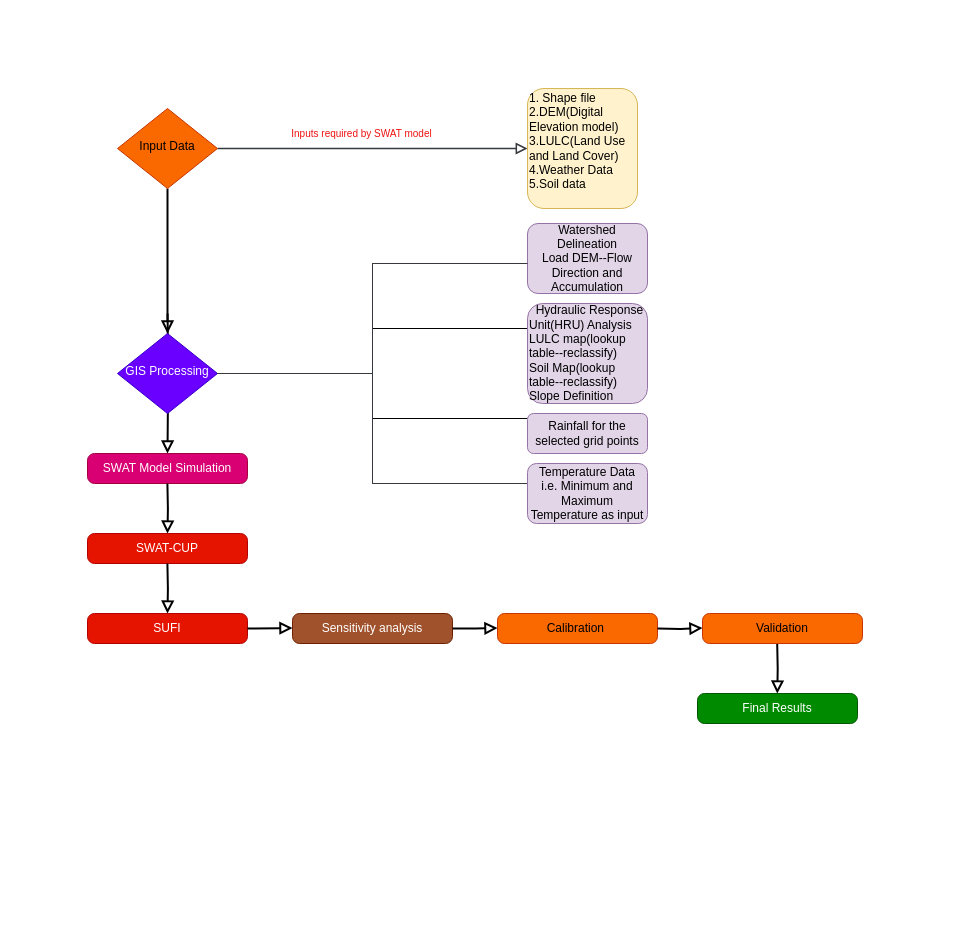
Ekagra444/SWAT-flowchart-for-internship keeps this draw.io diagram as Untitled Diagram.drawio. Above is the earlier version. Source tidied: cells renumbered, new cells numbered last; positions are measured from the earlier drawing's top-left corner, leaving out a move shared by most shapes. Both pictures are drawn from the tidied source at 100%, with x=0, y=0 at pixel (87, 88).
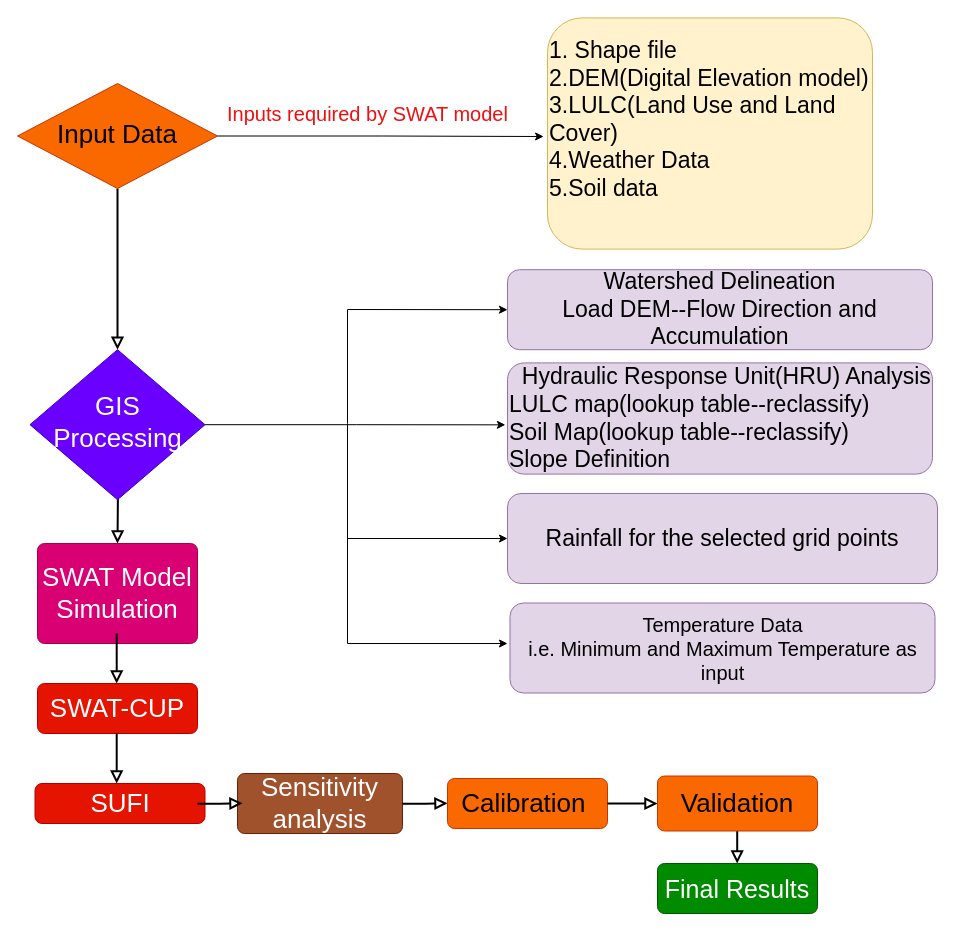
After the change.

What changed in the source:
```diff
@@
-    <mxCell id="3" style="edgeStyle=orthogonalEdgeStyle;rounded=0;html=1;jettySize=auto;fontSize=11;endArrow=block;endFill=0;endSize=8;strokeWidth=1.5;shadow=0;labelBackgroundColor=none;fillColor=#ffcc99;strokeColor=#36393d;curved=0;" parent="1" edge="1" source="4" target="5">
-      <mxGeometry y="10" relative="1" as="geometry" />
-    </mxCell>
-    <mxCell id="4" value="Input Data" style="rhombus;whiteSpace=wrap;html=1;shadow=0;fontFamily=Helvetica;fontSize=12;align=center;strokeWidth=1;spacing=6;spacingTop=-4;fillColor=#fa6800;strokeColor=#C73500;fontColor=#000000;" parent="1" vertex="1">
-      <mxGeometry x="30" y="20" width="100" height="80" as="geometry" />
+    <mxCell id="4" value="&lt;font style=&quot;font-size: 26px;&quot;&gt;Input Data&lt;/font&gt;" style="rhombus;whiteSpace=wrap;html=1;shadow=0;fontFamily=Helvetica;fontSize=12;align=center;strokeWidth=1;spacing=6;spacingTop=-4;fillColor=#fa6800;strokeColor=#C73500;fontColor=#000000;" parent="1" vertex="1">
+      <mxGeometry x="-70" y="-5" width="200" height="105" as="geometry" />
     </mxCell>
-    <mxCell id="5" value="&lt;div style=&quot;&quot;&gt;1. Shape file&amp;nbsp; &amp;nbsp;&lt;/div&gt;&lt;div style=&quot;&quot;&gt;&lt;span style=&quot;background-color: initial;&quot;&gt;2.DEM(Digital Elevation model)&lt;/span&gt;&lt;/div&gt;&lt;div style=&quot;&quot;&gt;3.LULC(Land Use and Land Cover)&lt;/div&gt;&lt;div style=&quot;&quot;&gt;4.Weather Data&lt;/div&gt;&lt;div style=&quot;&quot;&gt;5.Soil data&lt;/div&gt;&lt;div style=&quot;&quot;&gt;&lt;br&gt;&lt;/div&gt;" style="rounded=1;whiteSpace=wrap;html=1;fontSize=12;glass=0;strokeWidth=1;shadow=0;align=left;fillColor=#fff2cc;strokeColor=#d6b656;" parent="1" vertex="1">
-      <mxGeometry x="440" width="110" height="120" as="geometry" />
+    <mxCell id="5" value="&lt;div style=&quot;font-size: 23px;&quot;&gt;&lt;font style=&quot;font-size: 23px;&quot;&gt;1. Shape file&amp;nbsp; &amp;nbsp;&lt;/font&gt;&lt;/div&gt;&lt;div style=&quot;font-size: 23px;&quot;&gt;&lt;span style=&quot;background-color: initial;&quot;&gt;&lt;font style=&quot;font-size: 23px;&quot;&gt;2.DEM(Digital Elevation model)&lt;/font&gt;&lt;/span&gt;&lt;/div&gt;&lt;div style=&quot;font-size: 23px;&quot;&gt;&lt;font style=&quot;font-size: 23px;&quot;&gt;3.LULC(Land Use and Land Cover)&lt;/font&gt;&lt;/div&gt;&lt;div style=&quot;font-size: 23px;&quot;&gt;&lt;font style=&quot;font-size: 23px;&quot;&gt;4.Weather Data&lt;/font&gt;&lt;/div&gt;&lt;div style=&quot;font-size: 23px;&quot;&gt;&lt;font style=&quot;font-size: 23px;&quot;&gt;5.Soil data&lt;/font&gt;&lt;/div&gt;&lt;div style=&quot;font-size: 23px;&quot;&gt;&lt;br&gt;&lt;/div&gt;" style="rounded=1;whiteSpace=wrap;html=1;fontSize=12;glass=0;strokeWidth=1;shadow=0;align=left;fillColor=#fff2cc;strokeColor=#d6b656;" parent="1" vertex="1">
+      <mxGeometry x="460" y="-70.6" width="325" height="231.2" as="geometry" />
     </mxCell>
     <mxCell id="6" style="rounded=0;html=1;jettySize=auto;fontSize=11;endArrow=block;endFill=0;endSize=8;strokeWidth=2;shadow=0;labelBackgroundColor=none;edgeStyle=orthogonalEdgeStyle;entryX=0.5;entryY=0;entryDx=0;entryDy=0;" parent="1" edge="1" target="16">
       <mxGeometry x="0.33" y="20" relative="1" as="geometry">
-        <mxPoint x="80.1" y="225" as="sourcePoint" />
+        <mxPoint x="30.1" y="315" as="sourcePoint" />
       </mxGeometry>
     </mxCell>
-    <mxCell id="7" value="GIS Processing" style="rhombus;whiteSpace=wrap;html=1;shadow=0;fontFamily=Helvetica;fontSize=12;align=center;strokeWidth=1;spacing=6;spacingTop=-4;fillColor=#6a00ff;strokeColor=#3700CC;fontColor=#ffffff;" parent="1" vertex="1">
-      <mxGeometry x="30" y="245" width="100" height="80" as="geometry" />
-    </mxCell>
-    <mxCell id="8" value="Inputs required by SWAT model" style="text;html=1;align=center;verticalAlign=middle;fillColor=none;fontSize=10;fontColor=#ee1111;" parent="1" vertex="1">
-      <mxGeometry x="194" y="30" width="160" height="30" as="geometry" />
+    <mxCell id="8" value="&lt;font style=&quot;font-size: 20px;&quot;&gt;Inputs required by SWAT model&lt;/font&gt;" style="text;html=1;align=center;verticalAlign=middle;fillColor=none;fontSize=10;fontColor=#ee1111;" parent="1" vertex="1">
+      <mxGeometry x="130" y="5" width="300" height="40" as="geometry" />
     </mxCell>
-    <mxCell id="9" style="strokeWidth=1;html=1;shape=mxgraph.flowchart.annotation_2;align=left;labelPosition=right;" parent="1" vertex="1">
-      <mxGeometry x="130" y="240" width="310" height="90" as="geometry" />
-    </mxCell>
-    <mxCell id="10" style="strokeWidth=1;html=1;shape=mxgraph.flowchart.annotation_2;align=left;labelPosition=right;" parent="1" vertex="1">
-      <mxGeometry x="130" y="175" width="310" height="220" as="geometry" />
-    </mxCell>
-    <mxCell id="11" value="Watershed Delineation&lt;div&gt;Load DEM--Flow Direction and Accumulation&lt;/div&gt;" style="rounded=1;whiteSpace=wrap;html=1;fillColor=#e1d5e7;strokeColor=#9673a6;" parent="1" vertex="1">
-      <mxGeometry x="440" y="135" width="120" height="70" as="geometry" />
-    </mxCell>
-    <mxCell id="12" style="strokeWidth=1;html=1;shape=mxgraph.flowchart.annotation_2;align=left;labelPosition=right;fillColor=#FFFF88;strokeColor=#36393d;" parent="1" vertex="1">
-      <mxGeometry x="130" y="175" width="310" height="220" as="geometry" />
-    </mxCell>
-    <mxCell id="13" value="&lt;div style=&quot;&quot;&gt;&lt;span style=&quot;background-color: initial;&quot;&gt;&amp;nbsp; Hydraulic Response Unit(HRU) Analysis&lt;/span&gt;&lt;/div&gt;&lt;div style=&quot;&quot;&gt;LULC map(lookup table--reclassify)&lt;/div&gt;&lt;div style=&quot;&quot;&gt;Soil Map(&lt;span style=&quot;background-color: initial;&quot;&gt;lookup table--reclassify)&lt;/span&gt;&lt;/div&gt;&lt;div style=&quot;&quot;&gt;&lt;span style=&quot;background-color: initial;&quot;&gt;Slope Definition&lt;/span&gt;&lt;/div&gt;" style="rounded=1;whiteSpace=wrap;html=1;align=left;fillColor=#e1d5e7;strokeColor=#9673a6;" parent="1" vertex="1">
-      <mxGeometry x="440" y="215" width="120" height="100" as="geometry" />
-    </mxCell>
-    <mxCell id="14" value="Temperature Data&lt;div&gt;i.e. Minimum and Maximum Temperature as input&lt;/div&gt;" style="rounded=1;whiteSpace=wrap;html=1;fillColor=#e1d5e7;strokeColor=#9673a6;" parent="1" vertex="1">
-      <mxGeometry x="440" y="375" width="120" height="60" as="geometry" />
-    </mxCell>
-    <mxCell id="15" value="Rainfall for the selected grid points" style="rounded=1;whiteSpace=wrap;html=1;fillColor=#e1d5e7;strokeColor=#9673a6;" parent="1" vertex="1">
-      <mxGeometry x="440" y="325" width="120" height="40" as="geometry" />
-    </mxCell>
-    <mxCell id="16" value="SWAT Model Simulation" style="rounded=1;whiteSpace=wrap;html=1;absoluteArcSize=1;arcSize=14;strokeWidth=1;fillColor=#d80073;fontColor=#ffffff;strokeColor=#A50040;" parent="1" vertex="1">
-      <mxGeometry y="365" width="160" height="30" as="geometry" />
+    <mxCell id="16" value="&lt;font style=&quot;font-size: 26px;&quot;&gt;SWAT Model Simulation&lt;/font&gt;" style="rounded=1;whiteSpace=wrap;html=1;absoluteArcSize=1;arcSize=14;strokeWidth=1;fillColor=#d80073;fontColor=#ffffff;strokeColor=#A50040;" parent="1" vertex="1">
+      <mxGeometry x="-50" y="455" width="160" height="100" as="geometry" />
     </mxCell>
     <mxCell id="17" style="rounded=0;html=1;jettySize=auto;orthogonalLoop=1;fontSize=11;endArrow=block;endFill=0;endSize=8;strokeWidth=2;shadow=0;labelBackgroundColor=none;edgeStyle=orthogonalEdgeStyle;exitX=0.5;exitY=1;exitDx=0;exitDy=0;" parent="1" edge="1">
       <mxGeometry y="20" relative="1" as="geometry">
-        <mxPoint x="79.9" y="395" as="sourcePoint" />
-        <mxPoint x="80" y="445" as="targetPoint" />
+        <mxPoint x="29.2" y="545" as="sourcePoint" />
+        <mxPoint x="29.2" y="595" as="targetPoint" />
       </mxGeometry>
     </mxCell>
-    <mxCell id="18" value="SWAT-CUP" style="rounded=1;whiteSpace=wrap;html=1;absoluteArcSize=1;arcSize=14;strokeWidth=1;fillColor=#e51400;fontColor=#ffffff;strokeColor=#B20000;" parent="1" vertex="1">
-      <mxGeometry y="445" width="160" height="30" as="geometry" />
+    <mxCell id="18" value="&lt;font style=&quot;font-size: 26px;&quot;&gt;SWAT-CUP&lt;/font&gt;" style="rounded=1;whiteSpace=wrap;html=1;absoluteArcSize=1;arcSize=14;strokeWidth=1;fillColor=#e51400;fontColor=#ffffff;strokeColor=#B20000;" parent="1" vertex="1">
+      <mxGeometry x="-50" y="595" width="160" height="50" as="geometry" />
     </mxCell>
     <mxCell id="19" style="rounded=0;html=1;jettySize=auto;orthogonalLoop=1;fontSize=11;endArrow=block;endFill=0;endSize=8;strokeWidth=2;shadow=0;labelBackgroundColor=none;edgeStyle=orthogonalEdgeStyle;exitX=0.5;exitY=1;exitDx=0;exitDy=0;" parent="1" edge="1">
       <mxGeometry y="20" relative="1" as="geometry">
-        <mxPoint x="79.9" y="475" as="sourcePoint" />
-        <mxPoint x="80" y="525" as="targetPoint" />
+        <mxPoint x="29.2" y="645" as="sourcePoint" />
+        <mxPoint x="29.2" y="695" as="targetPoint" />
       </mxGeometry>
     </mxCell>
-    <mxCell id="20" value="SUFI" style="rounded=1;whiteSpace=wrap;html=1;absoluteArcSize=1;arcSize=14;strokeWidth=1;fillColor=#e51400;fontColor=#ffffff;strokeColor=#B20000;" parent="1" vertex="1">
-      <mxGeometry y="525" width="160" height="30" as="geometry" />
+    <mxCell id="20" value="&lt;font style=&quot;font-size: 26px;&quot;&gt;SUFI&lt;/font&gt;" style="rounded=1;whiteSpace=wrap;html=1;absoluteArcSize=1;arcSize=14;strokeWidth=1;fillColor=#e51400;fontColor=#ffffff;strokeColor=#B20000;" parent="1" vertex="1">
+      <mxGeometry x="-52.5" y="695" width="170" height="40" as="geometry" />
     </mxCell>
-    <mxCell id="21" style="rounded=0;html=1;jettySize=auto;fontSize=11;endArrow=block;endFill=0;endSize=8;strokeWidth=2;shadow=0;labelBackgroundColor=none;edgeStyle=orthogonalEdgeStyle;exitX=1;exitY=0.5;exitDx=0;exitDy=0;" parent="1" edge="1" source="20">
-      <mxGeometry y="20" relative="1" as="geometry">
-        <mxPoint x="205" y="539.5" as="targetPoint" />
-      </mxGeometry>
-    </mxCell>
-    <mxCell id="22" value="Sensitivity analysis" style="rounded=1;whiteSpace=wrap;html=1;absoluteArcSize=1;arcSize=14;strokeWidth=1;fillColor=#a0522d;fontColor=#ffffff;strokeColor=#6D1F00;" parent="1" vertex="1">
-      <mxGeometry x="205" y="525" width="160" height="30" as="geometry" />
+    <mxCell id="22" value="&lt;font style=&quot;font-size: 26px;&quot;&gt;Sensitivity analysis&lt;/font&gt;" style="rounded=1;whiteSpace=wrap;html=1;absoluteArcSize=1;arcSize=14;strokeWidth=1;fillColor=#a0522d;fontColor=#ffffff;strokeColor=#6D1F00;" parent="1" vertex="1">
+      <mxGeometry x="150" y="685" width="165" height="60" as="geometry" />
     </mxCell>
     <mxCell id="23" style="rounded=0;html=1;jettySize=auto;orthogonalLoop=1;fontSize=11;endArrow=block;endFill=0;endSize=8;strokeWidth=2;shadow=0;labelBackgroundColor=none;edgeStyle=orthogonalEdgeStyle;exitX=1;exitY=0.5;exitDx=0;exitDy=0;" parent="1" edge="1">
       <mxGeometry y="20" relative="1" as="geometry">
-        <mxPoint x="365" y="540" as="sourcePoint" />
-        <mxPoint x="410" y="539.5" as="targetPoint" />
+        <mxPoint x="315" y="715.2" as="sourcePoint" />
+        <mxPoint x="360" y="714.7" as="targetPoint" />
         <Array as="points">
-          <mxPoint x="388" y="540" />
+          <mxPoint x="338" y="715.2" />
         </Array>
       </mxGeometry>
     </mxCell>
-    <mxCell id="24" value="Calibration&amp;nbsp;" style="rounded=1;whiteSpace=wrap;html=1;absoluteArcSize=1;arcSize=14;strokeWidth=1;fillColor=#fa6800;fontColor=#000000;strokeColor=#C73500;" parent="1" vertex="1">
-      <mxGeometry x="410" y="525" width="160" height="30" as="geometry" />
+    <mxCell id="24" value="&lt;font style=&quot;font-size: 26px;&quot;&gt;Calibration&amp;nbsp;&lt;/font&gt;" style="rounded=1;whiteSpace=wrap;html=1;absoluteArcSize=1;arcSize=14;strokeWidth=1;fillColor=#fa6800;fontColor=#000000;strokeColor=#C73500;" parent="1" vertex="1">
+      <mxGeometry x="360" y="690" width="160" height="50" as="geometry" />
     </mxCell>
     <mxCell id="25" style="rounded=0;html=1;jettySize=auto;orthogonalLoop=1;fontSize=11;endArrow=block;endFill=0;endSize=8;strokeWidth=2;shadow=0;labelBackgroundColor=none;edgeStyle=orthogonalEdgeStyle;exitX=0.5;exitY=1;exitDx=0;exitDy=0;" parent="1" edge="1">
       <mxGeometry y="20" relative="1" as="geometry">
-        <mxPoint x="689.7" y="555" as="sourcePoint" />
-        <mxPoint x="689.8" y="605" as="targetPoint" />
+        <mxPoint x="649.7" y="725" as="sourcePoint" />
+        <mxPoint x="649.7" y="775" as="targetPoint" />
       </mxGeometry>
     </mxCell>
-    <mxCell id="26" value="Final Results" style="rounded=1;whiteSpace=wrap;html=1;absoluteArcSize=1;arcSize=14;strokeWidth=1;fillColor=#008a00;fontColor=#ffffff;strokeColor=#005700;" parent="1" vertex="1">
-      <mxGeometry x="610" y="605" width="160" height="30" as="geometry" />
+    <mxCell id="26" value="&lt;font style=&quot;font-size: 25px;&quot;&gt;Final Results&lt;/font&gt;" style="rounded=1;whiteSpace=wrap;html=1;absoluteArcSize=1;arcSize=14;strokeWidth=1;fillColor=#008a00;fontColor=#ffffff;strokeColor=#005700;" parent="1" vertex="1">
+      <mxGeometry x="570" y="775" width="160" height="50" as="geometry" />
     </mxCell>
-    <mxCell id="27" style="rounded=0;html=1;jettySize=auto;orthogonalLoop=1;fontSize=11;endArrow=block;endFill=0;endSize=8;strokeWidth=2;shadow=0;labelBackgroundColor=none;edgeStyle=orthogonalEdgeStyle;exitX=1;exitY=0.5;exitDx=0;exitDy=0;" parent="1" edge="1">
+    <mxCell id="27" style="rounded=0;html=1;jettySize=auto;fontSize=11;endArrow=block;endFill=0;endSize=8;strokeWidth=2;shadow=0;labelBackgroundColor=none;edgeStyle=orthogonalEdgeStyle;exitX=1;exitY=0.5;exitDx=0;exitDy=0;" parent="1" edge="1" source="24">
       <mxGeometry y="20" relative="1" as="geometry">
-        <mxPoint x="570" y="540" as="sourcePoint" />
-        <mxPoint x="615" y="539.5" as="targetPoint" />
+        <mxPoint x="570" y="715" as="targetPoint" />
       </mxGeometry>
     </mxCell>
-    <mxCell id="28" value="Validation" style="rounded=1;whiteSpace=wrap;html=1;absoluteArcSize=1;arcSize=14;strokeWidth=1;fillColor=#fa6800;fontColor=#000000;strokeColor=#C73500;" parent="1" vertex="1">
-      <mxGeometry x="615" y="525" width="160" height="30" as="geometry" />
+    <mxCell id="28" value="&lt;font style=&quot;font-size: 26px;&quot;&gt;Validation&lt;/font&gt;" style="rounded=1;whiteSpace=wrap;html=1;absoluteArcSize=1;arcSize=14;strokeWidth=1;fillColor=#fa6800;fontColor=#000000;strokeColor=#C73500;" parent="1" vertex="1">
+      <mxGeometry x="570" y="687.5" width="160" height="55" as="geometry" />
     </mxCell>
+    <mxCell id="14" value="&lt;font style=&quot;font-size: 20px;&quot;&gt;Temperature Data&lt;/font&gt;&lt;div style=&quot;font-size: 20px;&quot;&gt;&lt;font style=&quot;font-size: 20px;&quot;&gt;i.e. Minimum and Maximum Temperature as input&lt;/font&gt;&lt;/div&gt;" style="rounded=1;whiteSpace=wrap;html=1;fillColor=#e1d5e7;strokeColor=#9673a6;" parent="1" vertex="1">
+      <mxGeometry x="422.5" y="514.5" width="425" height="90" as="geometry" />
+    </mxCell>
+    <mxCell id="29" style="edgeStyle=orthogonalEdgeStyle;rounded=0;jettySize=auto;html=1;exitX=1;exitY=0.5;exitDx=0;exitDy=0;entryX=-0.005;entryY=0.557;entryDx=0;entryDy=0;entryPerimeter=0;" parent="1" edge="1" source="7" target="13">
+      <mxGeometry relative="1" as="geometry" />
+    </mxCell>
+    <mxCell id="7" value="&lt;font style=&quot;font-size: 26px;&quot;&gt;GIS Processing&lt;/font&gt;" style="rhombus;whiteSpace=wrap;html=1;shadow=0;fontFamily=Helvetica;fontSize=12;align=center;strokeWidth=1;spacing=6;spacingTop=-4;fillColor=#6a00ff;strokeColor=#3700CC;fontColor=#ffffff;" parent="1" vertex="1">
+      <mxGeometry x="-57.5" y="261.2" width="175" height="150" as="geometry" />
+    </mxCell>
+    <mxCell id="11" value="&lt;font style=&quot;font-size: 23px;&quot;&gt;Watershed Delineation&lt;/font&gt;&lt;div style=&quot;font-size: 23px;&quot;&gt;&lt;font style=&quot;font-size: 23px;&quot;&gt;Load DEM--Flow Direction and Accumulation&lt;/font&gt;&lt;/div&gt;" style="rounded=1;whiteSpace=wrap;html=1;fillColor=#e1d5e7;strokeColor=#9673a6;" parent="1" vertex="1">
+      <mxGeometry x="420" y="181.2" width="425" height="80" as="geometry" />
+    </mxCell>
+    <mxCell id="13" value="&lt;div style=&quot;font-size: 23px;&quot;&gt;&lt;span style=&quot;background-color: initial;&quot;&gt;&lt;font style=&quot;font-size: 23px;&quot;&gt;&amp;nbsp; Hydraulic Response Unit(HRU) Analysis&lt;/font&gt;&lt;/span&gt;&lt;/div&gt;&lt;div style=&quot;font-size: 23px;&quot;&gt;&lt;font style=&quot;font-size: 23px;&quot;&gt;LULC map(lookup table--reclassify)&lt;/font&gt;&lt;/div&gt;&lt;div style=&quot;font-size: 23px;&quot;&gt;&lt;font style=&quot;font-size: 23px;&quot;&gt;Soil Map(&lt;span style=&quot;background-color: initial;&quot;&gt;lookup table--reclassify)&lt;/span&gt;&lt;/font&gt;&lt;/div&gt;&lt;div style=&quot;font-size: 23px;&quot;&gt;&lt;span style=&quot;background-color: initial;&quot;&gt;&lt;font style=&quot;font-size: 23px;&quot;&gt;Slope Definition&lt;/font&gt;&lt;/span&gt;&lt;/div&gt;" style="rounded=1;whiteSpace=wrap;html=1;align=left;fillColor=#e1d5e7;strokeColor=#9673a6;" parent="1" vertex="1">
+      <mxGeometry x="420" y="274.4" width="425" height="111.2" as="geometry" />
+    </mxCell>
+    <mxCell id="15" value="&lt;font style=&quot;font-size: 23px;&quot;&gt;Rainfall for the selected grid points&lt;/font&gt;" style="rounded=1;whiteSpace=wrap;html=1;fillColor=#e1d5e7;strokeColor=#9673a6;" parent="1" vertex="1">
+      <mxGeometry x="420" y="405" width="430" height="90" as="geometry" />
+    </mxCell>
+    <mxCell id="30" style="endArrow=classic;html=1;rounded=0;entryX=0;entryY=0.5;entryDx=0;entryDy=0;" parent="1" edge="1" target="11">
+      <mxGeometry relative="1" as="geometry">
+        <mxPoint x="260" y="335" as="sourcePoint" />
+        <Array as="points">
+          <mxPoint x="260" y="221" />
+        </Array>
+      </mxGeometry>
+    </mxCell>
+    <mxCell id="31" style="endArrow=classic;html=1;rounded=0;entryX=0;entryY=0.5;entryDx=0;entryDy=0;" parent="1" edge="1" target="15">
+      <mxGeometry relative="1" as="geometry">
+        <mxPoint x="260" y="335" as="sourcePoint" />
+        <Array as="points">
+          <mxPoint x="260" y="450" />
+        </Array>
+      </mxGeometry>
+    </mxCell>
+    <mxCell id="32" style="endArrow=classic;html=1;rounded=0;entryX=0;entryY=0.5;entryDx=0;entryDy=0;" parent="1" edge="1">
+      <mxGeometry relative="1" as="geometry">
+        <mxPoint x="260" y="440" as="sourcePoint" />
+        <mxPoint x="420" y="555" as="targetPoint" />
+        <Array as="points">
+          <mxPoint x="260" y="555" />
+        </Array>
+      </mxGeometry>
+    </mxCell>
+    <mxCell id="33" style="rounded=0;html=1;jettySize=auto;orthogonalLoop=1;fontSize=11;endArrow=block;endFill=0;endSize=8;strokeWidth=2;shadow=0;labelBackgroundColor=none;edgeStyle=orthogonalEdgeStyle;exitX=1;exitY=0.5;exitDx=0;exitDy=0;" parent="1" edge="1">
+      <mxGeometry y="20" relative="1" as="geometry">
+        <mxPoint x="110" y="715.2" as="sourcePoint" />
+        <mxPoint x="155" y="714.7" as="targetPoint" />
+        <Array as="points">
+          <mxPoint x="133" y="715.2" />
+        </Array>
+      </mxGeometry>
+    </mxCell>
+    <mxCell id="3" style="edgeStyle=orthogonalEdgeStyle;rounded=0;jettySize=auto;html=1;exitX=1;exitY=0.5;exitDx=0;exitDy=0;entryX=-0.012;entryY=0.513;entryDx=0;entryDy=0;entryPerimeter=0;" parent="1" edge="1" source="4" target="5">
+      <mxGeometry relative="1" as="geometry" />
+    </mxCell>
```
